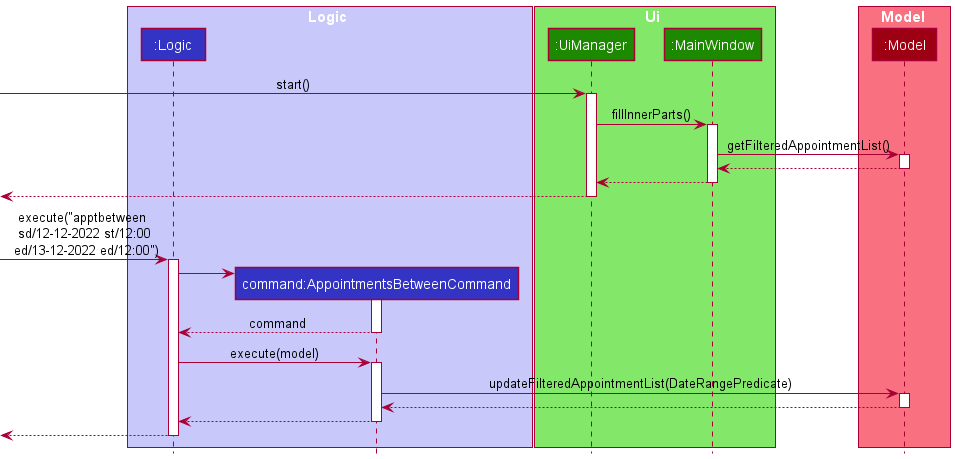
nus-cs2103-AY2122S2/tp keeps this PlantUML diagram as docs/images/AppointmentFilterSequenceDiagram.png. Above is the earlier version.
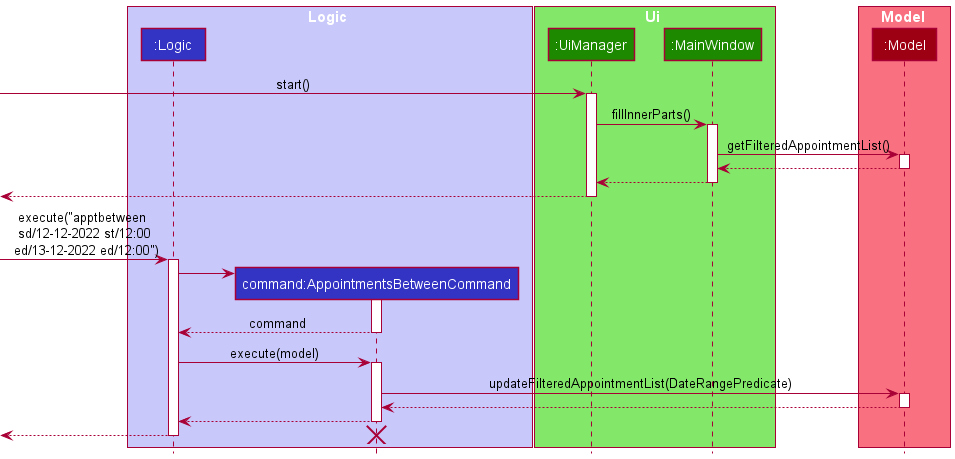
Above is the later version.

The edit, as a diff of the source:
```diff
@@ -44,6 +44,7 @@
 Logic <-- Command
 deactivate Command
 [<-- Logic
+destroy Command
 deactivate Logic
 
 
```
